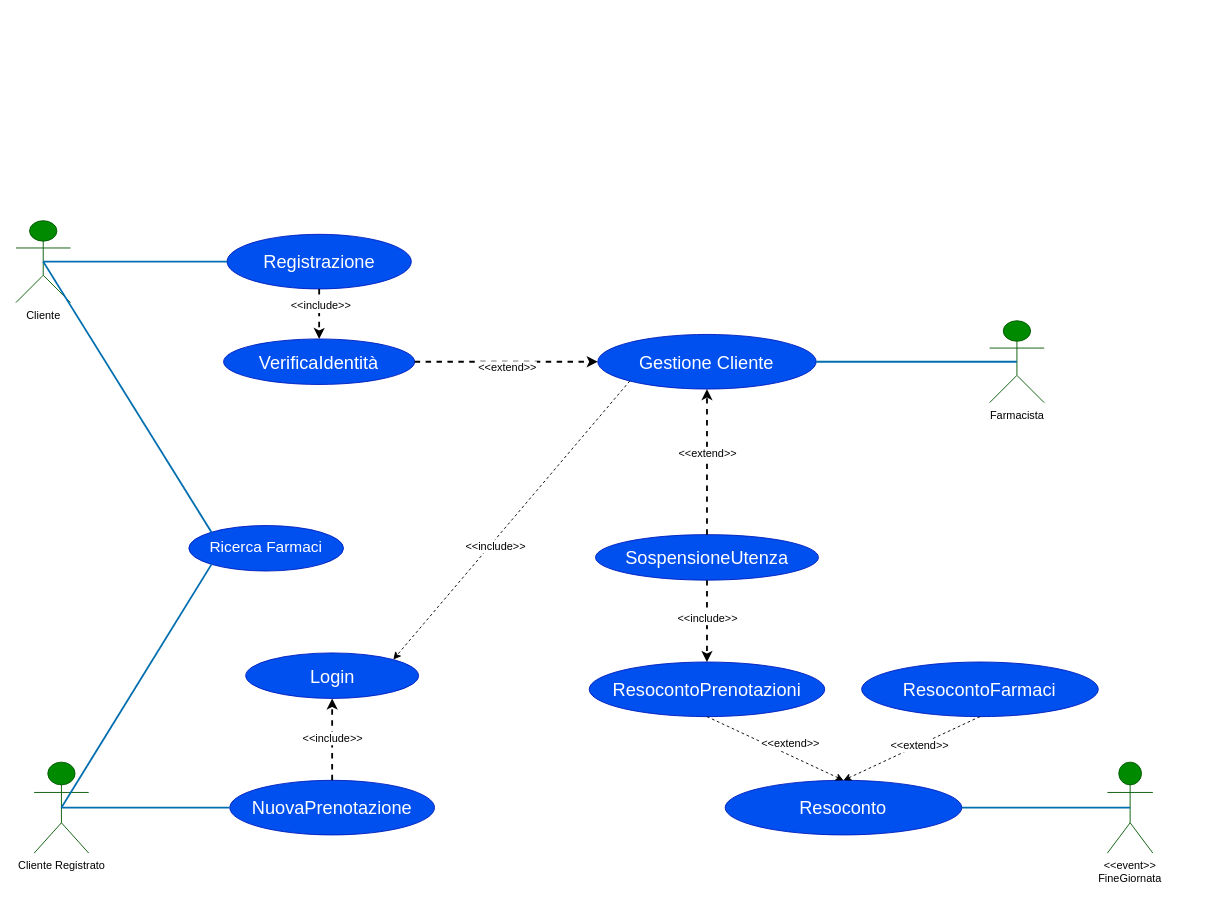
The draw.io diagram CasiUso.drawio in lnwor/farmabyte-doc, before the edit. Source tidied: cells renumbered, new cells numbered last; positions are measured from the earlier drawing's top-left corner, leaving out a move shared by most shapes. Both pictures are drawn from the tidied source at 91%, with x=0, y=0 at pixel (15, 220).
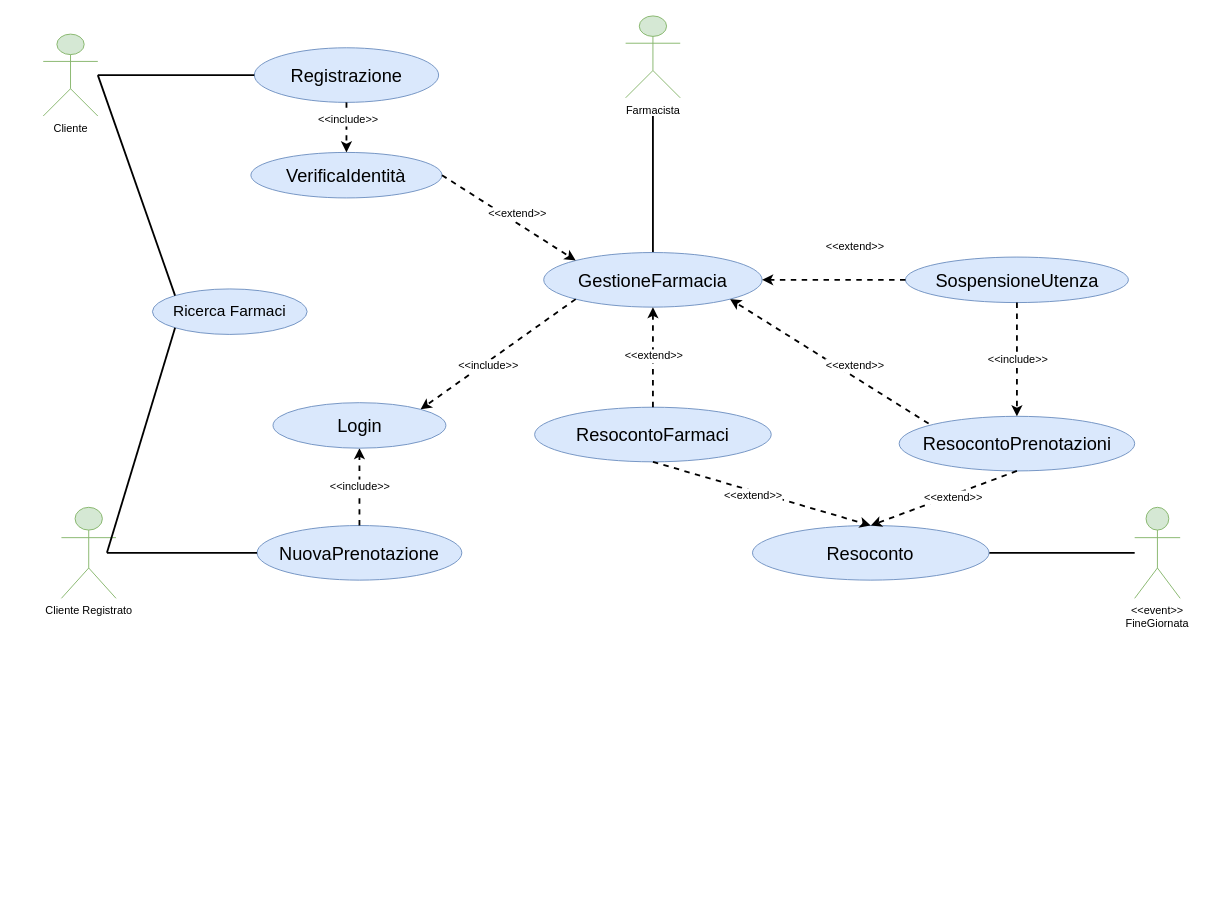
Above is the later version.

Commit message (it also covers changes not shown here):
Modifica Schema

Unchanged cells that the change refers to:
```xml
<mxCell id="8" style="endArrow=classic;html=1;shadow=0;strokeColor=#000000;strokeWidth=2;fontSize=13;dashed=1;exitX=0.5;exitY=0;exitDx=0;exitDy=0;entryX=0.5;entryY=1;entryDx=0;entryDy=0;" parent="1" edge="1" source="7" target="10">
  <mxGeometry relative="1" as="geometry" />
</mxCell>
<mxCell id="12" style="endArrow=classic;html=1;shadow=0;dashed=1;strokeColor=#000000;strokeWidth=2;fontSize=20;fontColor=#000000;exitX=0.5;exitY=1;exitDx=0;exitDy=0;entryX=0.5;entryY=0;entryDx=0;entryDy=0;" parent="1" edge="1" source="2" target="11">
  <mxGeometry relative="1" as="geometry" />
</mxCell>
<mxCell id="28" style="endArrow=classic;html=1;shadow=0;strokeColor=#000000;strokeWidth=2;fontSize=20;fontColor=#000000;exitX=0.5;exitY=0;exitDx=0;exitDy=0;entryX=0.5;entryY=0;entryDx=0;entryDy=0;dashed=1;" parent="1" edge="1" source="22" target="26">
  <mxGeometry relative="1" as="geometry" />
</mxCell>
```

Change to the diagram source:
```diff
@@
+    <mxCell id="38" style="endArrow=none;html=1;shadow=0;strokeWidth=2;fontSize=17;fontColor=#000000;exitX=0.5;exitY=0;exitDx=0;exitDy=0;fillColor=#1ba1e2;" parent="1" edge="1" source="39">
+      <mxGeometry relative="1" as="geometry">
+        <mxPoint x="700" y="-115" as="targetPoint" />
+      </mxGeometry>
+    </mxCell>
-    <mxCell id="2" value="&lt;font style=&quot;font-size: 20px&quot;&gt;Registrazione&lt;/font&gt;" style="ellipse;whiteSpace=wrap;html=1;fillColor=#0050ef;strokeColor=#001DBC;labelBackgroundColor=none;fontColor=#ffffff;" parent="1" vertex="1">
-      <mxGeometry x="232" y="15" width="202.5" height="60" as="geometry" />
+    <mxCell id="2" value="&lt;font style=&quot;font-size: 20px&quot;&gt;Registrazione&lt;/font&gt;" style="ellipse;whiteSpace=wrap;html=1;fillColor=#dae8fc;strokeColor=#6c8ebf;labelBackgroundColor=none;" parent="1" vertex="1">
+      <mxGeometry x="262" y="-190" width="202.5" height="60" as="geometry" />
     </mxCell>
-    <mxCell id="3" value="Farmacista" style="shape=umlActor;verticalLabelPosition=bottom;verticalAlign=top;html=1;outlineConnect=0;labelBackgroundColor=none;fillColor=#008a00;strokeColor=#005700;" parent="1" vertex="1">
-      <mxGeometry x="1070" y="110" width="60" height="90" as="geometry" />
-    </mxCell>
-    <mxCell id="4" value="Cliente" style="shape=umlActor;verticalLabelPosition=bottom;verticalAlign=top;html=1;outlineConnect=0;labelBackgroundColor=none;fillColor=#008a00;strokeColor=#005700;" parent="1" vertex="1">
-      <mxGeometry width="60" height="90" as="geometry" />
+    <mxCell id="4" value="Cliente" style="shape=umlActor;verticalLabelPosition=bottom;verticalAlign=top;html=1;outlineConnect=0;labelBackgroundColor=none;fillColor=#d5e8d4;strokeColor=#82b366;" parent="1" vertex="1">
+      <mxGeometry x="30" y="-205" width="60" height="90" as="geometry" />
     </mxCell>
-    <mxCell id="5" value="&lt;div&gt;Cliente Registrato&lt;/div&gt;" style="shape=umlActor;verticalLabelPosition=bottom;verticalAlign=top;html=1;outlineConnect=0;labelBackgroundColor=none;fillColor=#008a00;strokeColor=#005700;" parent="1" vertex="1">
-      <mxGeometry x="20" y="595" width="60" height="100" as="geometry" />
+    <mxCell id="5" value="&lt;div&gt;Cliente Registrato&lt;/div&gt;" style="shape=umlActor;verticalLabelPosition=bottom;verticalAlign=top;html=1;outlineConnect=0;labelBackgroundColor=none;fillColor=#d5e8d4;strokeColor=#82b366;" parent="1" vertex="1">
+      <mxGeometry x="50" y="315" width="60" height="100" as="geometry" />
     </mxCell>
-    <mxCell id="6" value="Gestione Cliente" style="ellipse;whiteSpace=wrap;html=1;labelBackgroundColor=none;fillColor=#0050ef;strokeColor=#001DBC;fontColor=#FFFFFF;fontSize=20;" parent="1" vertex="1">
-      <mxGeometry x="639.4" y="125" width="240" height="60" as="geometry" />
-    </mxCell>
+    <mxCell id="39" value="GestioneFarmacia" style="ellipse;whiteSpace=wrap;html=1;labelBackgroundColor=none;fillColor=#dae8fc;strokeColor=#6c8ebf;fontSize=20;" parent="1" vertex="1">
+      <mxGeometry x="580" y="35" width="240" height="60" as="geometry" />
+    </mxCell>
-    <mxCell id="7" value="NuovaPrenotazione" style="ellipse;whiteSpace=wrap;html=1;labelBackgroundColor=none;fontSize=20;fontColor=#ffffff;fillColor=#0050ef;strokeColor=#001DBC;" parent="1" vertex="1">
-      <mxGeometry x="235" y="615" width="225" height="60" as="geometry" />
+    <mxCell id="7" value="NuovaPrenotazione" style="ellipse;whiteSpace=wrap;html=1;labelBackgroundColor=none;fontSize=20;fillColor=#dae8fc;strokeColor=#6c8ebf;" parent="1" vertex="1">
+      <mxGeometry x="265" y="335" width="225" height="60" as="geometry" />
     </mxCell>
@@
-    <mxCell id="9" value="&amp;lt;&amp;lt;include&amp;gt;&amp;gt;" style="edgeLabel;html=1;align=center;verticalAlign=middle;fontSize=12;fontColor=#000000;" parent="8" vertex="1">
-      <mxGeometry x="0.33" y="-1" relative="1" as="geometry">
-        <mxPoint x="-1" y="13" as="offset" />
-      </mxGeometry>
-    </mxCell>
+    <mxCell id="40" value="&amp;lt;&amp;lt;include&amp;gt;&amp;gt;" style="edgeLabel;html=1;align=center;verticalAlign=middle;fontSize=12;fontColor=#000000;" parent="8" vertex="1">
+      <mxGeometry x="0.33" y="-1" relative="1" as="geometry">
+        <mxPoint x="-1" y="13" as="offset" />
+      </mxGeometry>
+    </mxCell>
-    <mxCell id="10" value="&lt;div&gt;Login&lt;/div&gt;" style="ellipse;whiteSpace=wrap;html=1;labelBackgroundColor=none;fontSize=20;fontColor=#ffffff;fillColor=#0050ef;strokeColor=#001DBC;" parent="1" vertex="1">
-      <mxGeometry x="252.5" y="475" width="190" height="50" as="geometry" />
+    <mxCell id="10" value="&lt;div&gt;Login&lt;/div&gt;" style="ellipse;whiteSpace=wrap;html=1;labelBackgroundColor=none;fontSize=20;fillColor=#dae8fc;strokeColor=#6c8ebf;" parent="1" vertex="1">
+      <mxGeometry x="282.5" y="200" width="190" height="50" as="geometry" />
     </mxCell>
-    <mxCell id="11" value="VerificaIdentità" style="ellipse;whiteSpace=wrap;html=1;labelBackgroundColor=none;fontSize=20;fontColor=#ffffff;fillColor=#0050ef;strokeColor=#001DBC;" parent="1" vertex="1">
-      <mxGeometry x="228.2" y="130" width="210" height="50" as="geometry" />
+    <mxCell id="11" value="VerificaIdentità" style="ellipse;whiteSpace=wrap;html=1;labelBackgroundColor=none;fontSize=20;fillColor=#dae8fc;strokeColor=#6c8ebf;" parent="1" vertex="1">
+      <mxGeometry x="258.2" y="-75" width="210" height="50" as="geometry" />
     </mxCell>
@@
-    <mxCell id="13" value="&amp;lt;&amp;lt;include&amp;gt;&amp;gt;" style="edgeLabel;html=1;align=center;verticalAlign=middle;fontSize=12;fontColor=#000000;" parent="12" vertex="1">
-      <mxGeometry x="0.28" y="1" relative="1" as="geometry">
-        <mxPoint y="-17" as="offset" />
-      </mxGeometry>
-    </mxCell>
-    <mxCell id="14" style="endArrow=classic;html=1;shadow=0;dashed=1;strokeColor=#000000;strokeWidth=2;fontSize=12;fontColor=#000000;exitX=1;exitY=0.5;exitDx=0;exitDy=0;entryX=0;entryY=0.5;entryDx=0;entryDy=0;" parent="1" edge="1" source="11" target="6">
-      <mxGeometry relative="1" as="geometry" />
-    </mxCell>
-    <mxCell id="15" value="&amp;lt;&amp;lt;extend&amp;gt;&amp;gt;" style="edgeLabel;html=1;align=center;verticalAlign=middle;fontSize=12;fontColor=#000000;" parent="14" vertex="1">
-      <mxGeometry x="-0.24" y="3" relative="1" as="geometry">
-        <mxPoint x="25.1" y="9.2" as="offset" />
-      </mxGeometry>
-    </mxCell>
+    <mxCell id="41" value="&amp;lt;&amp;lt;include&amp;gt;&amp;gt;" style="edgeLabel;html=1;align=center;verticalAlign=middle;fontSize=12;fontColor=#000000;" parent="12" vertex="1">
+      <mxGeometry x="0.28" y="1" relative="1" as="geometry">
+        <mxPoint y="-17" as="offset" />
+      </mxGeometry>
+    </mxCell>
+    <mxCell id="42" style="endArrow=classic;html=1;shadow=0;dashed=1;strokeColor=#000000;strokeWidth=2;fontSize=12;fontColor=#000000;exitX=1;exitY=0.5;exitDx=0;exitDy=0;entryX=0;entryY=0;entryDx=0;entryDy=0;" parent="1" edge="1" source="11" target="39">
+      <mxGeometry relative="1" as="geometry" />
+    </mxCell>
+    <mxCell id="43" value="&amp;lt;&amp;lt;extend&amp;gt;&amp;gt;" style="edgeLabel;html=1;align=center;verticalAlign=middle;fontSize=12;fontColor=#000000;" parent="42" vertex="1">
+      <mxGeometry x="-0.24" y="3" relative="1" as="geometry">
+        <mxPoint x="25.1" y="9.2" as="offset" />
+      </mxGeometry>
+    </mxCell>
-    <mxCell id="16" value="Ricerca Farmaci" style="ellipse;whiteSpace=wrap;html=1;labelBackgroundColor=none;fontSize=17;fontColor=#ffffff;fillColor=#0050ef;strokeColor=#001DBC;" parent="1" vertex="1">
-      <mxGeometry x="190" y="335" width="170" height="50" as="geometry" />
+    <mxCell id="16" value="Ricerca Farmaci" style="ellipse;whiteSpace=wrap;html=1;labelBackgroundColor=none;fontSize=17;fillColor=#dae8fc;strokeColor=#6c8ebf;" parent="1" vertex="1">
+      <mxGeometry x="150" y="75" width="170" height="50" as="geometry" />
     </mxCell>
-    <mxCell id="17" style="endArrow=none;html=1;shadow=0;strokeColor=#006EAF;strokeWidth=2;fontSize=17;fontColor=#000000;exitX=0.5;exitY=0.5;exitDx=0;exitDy=0;exitPerimeter=0;entryX=0;entryY=1;entryDx=0;entryDy=0;fillColor=#1ba1e2;" parent="1" edge="1" source="5" target="16">
-      <mxGeometry relative="1" as="geometry" />
-    </mxCell>
-    <mxCell id="18" style="endArrow=none;html=1;shadow=0;strokeColor=#006EAF;strokeWidth=2;fontSize=17;fontColor=#000000;exitX=0.5;exitY=0.5;exitDx=0;exitDy=0;exitPerimeter=0;entryX=0;entryY=0.5;entryDx=0;entryDy=0;fillColor=#1ba1e2;" parent="1" edge="1" source="5" target="7">
-      <mxGeometry relative="1" as="geometry" />
-    </mxCell>
-    <mxCell id="19" style="endArrow=none;html=1;shadow=0;strokeColor=#006EAF;strokeWidth=2;fontSize=17;fontColor=#000000;entryX=0.5;entryY=0.5;entryDx=0;entryDy=0;entryPerimeter=0;exitX=0;exitY=0;exitDx=0;exitDy=0;fillColor=#1ba1e2;" parent="1" edge="1" source="16" target="4">
-      <mxGeometry relative="1" as="geometry" />
-    </mxCell>
+    <mxCell id="44" style="endArrow=none;html=1;shadow=0;strokeWidth=2;fontSize=17;fontColor=#000000;entryX=0;entryY=1;entryDx=0;entryDy=0;fillColor=#1ba1e2;" parent="1" edge="1" target="16">
+      <mxGeometry relative="1" as="geometry">
+        <mxPoint x="100" y="365" as="sourcePoint" />
+      </mxGeometry>
+    </mxCell>
+    <mxCell id="45" style="endArrow=none;html=1;shadow=0;strokeWidth=2;fontSize=17;fontColor=#000000;entryX=0;entryY=0.5;entryDx=0;entryDy=0;fillColor=#1ba1e2;" parent="1" edge="1" target="7">
+      <mxGeometry relative="1" as="geometry">
+        <mxPoint x="100" y="365" as="sourcePoint" />
+      </mxGeometry>
+    </mxCell>
+    <mxCell id="46" style="endArrow=none;html=1;shadow=0;strokeWidth=2;fontSize=17;fontColor=#000000;exitX=0;exitY=0;exitDx=0;exitDy=0;fillColor=#1ba1e2;" parent="1" edge="1" source="16">
+      <mxGeometry relative="1" as="geometry">
+        <mxPoint x="90" y="-160" as="targetPoint" />
+      </mxGeometry>
+    </mxCell>
-    <mxCell id="20" style="endArrow=none;html=1;shadow=0;strokeColor=#006EAF;strokeWidth=2;fontSize=17;fontColor=#000000;exitX=0.5;exitY=0.5;exitDx=0;exitDy=0;exitPerimeter=0;entryX=0;entryY=0.5;entryDx=0;entryDy=0;fillColor=#1ba1e2;" parent="1" edge="1" source="4" target="2">
+    <mxCell id="20" style="endArrow=none;html=1;shadow=0;strokeWidth=2;fontSize=17;fontColor=#000000;entryX=0;entryY=0.5;entryDx=0;entryDy=0;fillColor=#1ba1e2;" parent="1" edge="1" source="4" target="2">
       <mxGeometry relative="1" as="geometry" />
     </mxCell>
-    <mxCell id="21" style="endArrow=none;html=1;shadow=0;strokeColor=#006EAF;strokeWidth=2;fontSize=17;fontColor=#000000;exitX=1;exitY=0.5;exitDx=0;exitDy=0;fillColor=#1ba1e2;entryX=0.5;entryY=0.5;entryDx=0;entryDy=0;entryPerimeter=0;" parent="1" edge="1" source="6" target="3">
-      <mxGeometry relative="1" as="geometry" />
-    </mxCell>
-    <mxCell id="22" value="SospensioneUtenza" style="ellipse;whiteSpace=wrap;html=1;labelBackgroundColor=none;fontSize=20;fontColor=#ffffff;fillColor=#0050ef;strokeColor=#001DBC;direction=west;" parent="1" vertex="1">
-      <mxGeometry x="636.9" y="345" width="245" height="50" as="geometry" />
+    <mxCell id="22" value="SospensioneUtenza" style="ellipse;whiteSpace=wrap;html=1;labelBackgroundColor=none;fontSize=20;fillColor=#dae8fc;strokeColor=#6c8ebf;direction=west;" parent="1" vertex="1">
+      <mxGeometry x="977.5" y="40" width="245" height="50" as="geometry" />
     </mxCell>
-    <mxCell id="23" style="endArrow=classic;html=1;shadow=0;strokeColor=#000000;strokeWidth=2;fontSize=13;fontColor=#000000;exitX=0.5;exitY=1;exitDx=0;exitDy=0;entryX=0.5;entryY=1;entryDx=0;entryDy=0;dashed=1;" parent="1" edge="1" source="22" target="6">
-      <mxGeometry relative="1" as="geometry" />
-    </mxCell>
-    <mxCell id="24" value="&amp;lt;&amp;lt;extend&amp;gt;&amp;gt;" style="edgeLabel;html=1;align=center;verticalAlign=middle;fontSize=12;fontColor=#000000;" parent="23" vertex="1">
-      <mxGeometry x="-0.31" y="-2" relative="1" as="geometry">
-        <mxPoint x="-2" y="-34.7" as="offset" />
-      </mxGeometry>
-    </mxCell>
+    <mxCell id="47" style="endArrow=classic;html=1;shadow=0;strokeColor=#000000;strokeWidth=2;fontSize=13;fontColor=#000000;entryX=1;entryY=0.5;entryDx=0;entryDy=0;dashed=1;" parent="1" edge="1" source="22" target="39">
+      <mxGeometry relative="1" as="geometry" />
+    </mxCell>
+    <mxCell id="48" value="&amp;lt;&amp;lt;extend&amp;gt;&amp;gt;" style="edgeLabel;html=1;align=center;verticalAlign=middle;fontSize=12;fontColor=#000000;" parent="47" vertex="1">
+      <mxGeometry x="-0.31" y="-2" relative="1" as="geometry">
+        <mxPoint x="-2" y="-34.7" as="offset" />
+      </mxGeometry>
+    </mxCell>
-    <mxCell id="25" value="&lt;div&gt;&amp;lt;&amp;lt;event&amp;gt;&amp;gt;&lt;/div&gt;&lt;div&gt;FineGiornata&lt;br&gt;&lt;/div&gt;" style="shape=umlActor;verticalLabelPosition=bottom;verticalAlign=top;html=1;outlineConnect=0;labelBackgroundColor=none;fontSize=12;fillColor=#008a00;strokeColor=#005700;" parent="1" vertex="1">
-      <mxGeometry x="1199.4" y="595" width="50" height="100" as="geometry" />
+    <mxCell id="25" value="&lt;div&gt;&amp;lt;&amp;lt;event&amp;gt;&amp;gt;&lt;/div&gt;&lt;div&gt;FineGiornata&lt;br&gt;&lt;/div&gt;" style="shape=umlActor;verticalLabelPosition=bottom;verticalAlign=top;html=1;outlineConnect=0;labelBackgroundColor=none;fontSize=12;fillColor=#d5e8d4;strokeColor=#82b366;" parent="1" vertex="1">
+      <mxGeometry x="1229.4" y="315" width="50" height="100" as="geometry" />
     </mxCell>
-    <mxCell id="26" value="ResocontoPrenotazioni" style="ellipse;whiteSpace=wrap;html=1;labelBackgroundColor=none;fontSize=20;fontColor=#ffffff;fillColor=#0050ef;strokeColor=#001DBC;" parent="1" vertex="1">
-      <mxGeometry x="630" y="485" width="258.8" height="60" as="geometry" />
+    <mxCell id="26" value="ResocontoPrenotazioni" style="ellipse;whiteSpace=wrap;html=1;labelBackgroundColor=none;fontSize=20;fillColor=#dae8fc;strokeColor=#6c8ebf;" parent="1" vertex="1">
+      <mxGeometry x="970.6" y="215" width="258.8" height="60" as="geometry" />
     </mxCell>
-    <mxCell id="27" style="endArrow=none;html=1;shadow=0;strokeColor=#006EAF;strokeWidth=2;fontSize=20;fontColor=#000000;entryX=0.5;entryY=0.5;entryDx=0;entryDy=0;entryPerimeter=0;exitX=1;exitY=0.5;exitDx=0;exitDy=0;fillColor=#1ba1e2;" parent="1" edge="1" source="30" target="25">
+    <mxCell id="27" style="endArrow=none;html=1;shadow=0;strokeWidth=2;fontSize=20;fontColor=#000000;exitX=1;exitY=0.5;exitDx=0;exitDy=0;fillColor=#1ba1e2;" parent="1" edge="1" source="30" target="25">
       <mxGeometry relative="1" as="geometry" />
     </mxCell>
@@
-    <mxCell id="29" value="&amp;lt;&amp;lt;include&amp;gt;&amp;gt;" style="edgeLabel;html=1;align=center;verticalAlign=middle;fontSize=12;fontColor=#000000;" parent="28" vertex="1">
-      <mxGeometry x="0.2" y="-1" relative="1" as="geometry">
-        <mxPoint x="1" y="-12.3" as="offset" />
-      </mxGeometry>
-    </mxCell>
+    <mxCell id="49" value="&amp;lt;&amp;lt;include&amp;gt;&amp;gt;" style="edgeLabel;html=1;align=center;verticalAlign=middle;fontSize=12;fontColor=#000000;" parent="28" vertex="1">
+      <mxGeometry x="0.2" y="-1" relative="1" as="geometry">
+        <mxPoint x="1" y="-12.3" as="offset" />
+      </mxGeometry>
+    </mxCell>
-    <mxCell id="30" value="Resoconto" style="ellipse;whiteSpace=wrap;html=1;fillColor=#0050ef;strokeColor=#001DBC;fontColor=#ffffff;fontSize=20;" parent="1" vertex="1">
-      <mxGeometry x="779.4" y="615" width="260" height="60" as="geometry" />
+    <mxCell id="30" value="Resoconto" style="ellipse;whiteSpace=wrap;html=1;fillColor=#dae8fc;strokeColor=#6c8ebf;fontSize=20;" parent="1" vertex="1">
+      <mxGeometry x="809.4" y="335" width="260" height="60" as="geometry" />
     </mxCell>
-    <mxCell id="31" style="endArrow=classic;html=1;fontSize=20;exitX=0.5;exitY=1;exitDx=0;exitDy=0;entryX=0.5;entryY=0;entryDx=0;entryDy=0;dashed=1;" parent="1" edge="1" source="26" target="30">
+    <mxCell id="31" style="endArrow=classic;html=1;fontSize=20;exitX=0.5;exitY=1;exitDx=0;exitDy=0;entryX=0.5;entryY=0;entryDx=0;entryDy=0;dashed=1;strokeWidth=2;" parent="1" edge="1" source="26" target="30">
       <mxGeometry relative="1" as="geometry" />
     </mxCell>
-    <mxCell id="32" value="&amp;lt;&amp;lt;extend&amp;gt;&amp;gt;" style="edgeLabel;html=1;align=center;verticalAlign=middle;fontSize=12;" parent="31" vertex="1">
-      <mxGeometry x="0.23" y="3" relative="1" as="geometry">
-        <mxPoint x="-3" y="-11.2" as="offset" />
-      </mxGeometry>
-    </mxCell>
+    <mxCell id="50" value="&amp;lt;&amp;lt;extend&amp;gt;&amp;gt;" style="edgeLabel;html=1;align=center;verticalAlign=middle;fontSize=12;" parent="31" vertex="1">
+      <mxGeometry x="0.23" y="3" relative="1" as="geometry">
+        <mxPoint x="27.3" y="-11.2" as="offset" />
+      </mxGeometry>
+    </mxCell>
-    <mxCell id="33" value="ResocontoFarmaci" style="ellipse;whiteSpace=wrap;html=1;fontSize=20;fillColor=#0050ef;strokeColor=#001DBC;fontColor=#ffffff;" parent="1" vertex="1">
-      <mxGeometry x="929.4" y="485" width="260" height="60" as="geometry" />
+    <mxCell id="33" value="ResocontoFarmaci" style="ellipse;whiteSpace=wrap;html=1;fontSize=20;fillColor=#dae8fc;strokeColor=#6c8ebf;" parent="1" vertex="1">
+      <mxGeometry x="570" y="205" width="260" height="60" as="geometry" />
     </mxCell>
-    <mxCell id="34" style="endArrow=classic;html=1;dashed=1;fontSize=20;exitX=0.5;exitY=1;exitDx=0;exitDy=0;entryX=0.5;entryY=0;entryDx=0;entryDy=0;" parent="1" edge="1" source="33" target="30">
+    <mxCell id="34" style="endArrow=classic;html=1;dashed=1;fontSize=20;exitX=0.5;exitY=1;exitDx=0;exitDy=0;entryX=0.5;entryY=0;entryDx=0;entryDy=0;strokeWidth=2;" parent="1" edge="1" source="33" target="30">
       <mxGeometry relative="1" as="geometry" />
     </mxCell>
-    <mxCell id="35" value="&amp;lt;&amp;lt;extend&amp;gt;&amp;gt;" style="edgeLabel;html=1;align=center;verticalAlign=middle;fontSize=12;" parent="34" vertex="1">
-      <mxGeometry x="0.22" y="2" relative="1" as="geometry">
-        <mxPoint x="24.1" y="-12.6" as="offset" />
-      </mxGeometry>
-    </mxCell>
-    <mxCell id="36" style="endArrow=classic;html=1;dashed=1;fontSize=12;exitX=0;exitY=1;exitDx=0;exitDy=0;entryX=1;entryY=0;entryDx=0;entryDy=0;" parent="1" edge="1" source="6" target="10">
-      <mxGeometry relative="1" as="geometry" />
-    </mxCell>
+    <mxCell id="51" value="&amp;lt;&amp;lt;extend&amp;gt;&amp;gt;" style="edgeLabel;html=1;align=center;verticalAlign=middle;fontSize=12;" parent="34" vertex="1">
+      <mxGeometry x="0.22" y="2" relative="1" as="geometry">
+        <mxPoint x="-36.6" y="-4.5" as="offset" />
+      </mxGeometry>
+    </mxCell>
+    <mxCell id="52" style="endArrow=classic;html=1;dashed=1;fontSize=12;exitX=0;exitY=1;exitDx=0;exitDy=0;entryX=1;entryY=0;entryDx=0;entryDy=0;strokeWidth=2;" parent="1" edge="1" source="39" target="10">
+      <mxGeometry relative="1" as="geometry" />
+    </mxCell>
-    <mxCell id="37" value="&amp;lt;&amp;lt;include&amp;gt;&amp;gt;" style="edgeLabel;html=1;align=center;verticalAlign=middle;fontSize=12;" parent="36" vertex="1">
+    <mxCell id="37" value="&amp;lt;&amp;lt;include&amp;gt;&amp;gt;" style="edgeLabel;html=1;align=center;verticalAlign=middle;fontSize=12;" parent="52" vertex="1">
       <mxGeometry x="0.17" y="5" relative="1" as="geometry">
         <mxPoint y="-1" as="offset" />
       </mxGeometry>
     </mxCell>
+    <mxCell id="53" style="endArrow=classic;html=1;shadow=0;dashed=1;strokeColor=#000000;strokeWidth=2;fontSize=12;fontColor=#000000;exitX=0.5;exitY=0;exitDx=0;exitDy=0;entryX=0.5;entryY=1;entryDx=0;entryDy=0;" parent="1" edge="1" source="33" target="39">
+      <mxGeometry relative="1" as="geometry" />
+    </mxCell>
+    <mxCell id="54" value="&amp;lt;&amp;lt;extend&amp;gt;&amp;gt;" style="edgeLabel;html=1;align=center;verticalAlign=middle;fontSize=12;fontColor=#000000;" parent="53" vertex="1">
+      <mxGeometry x="-0.24" y="3" relative="1" as="geometry">
+        <mxPoint x="3" y="-15" as="offset" />
+      </mxGeometry>
+    </mxCell>
+    <mxCell id="3" value="Farmacista" style="shape=umlActor;verticalLabelPosition=bottom;verticalAlign=top;html=1;outlineConnect=0;labelBackgroundColor=none;fillColor=#d5e8d4;strokeColor=#82b366;" parent="1" vertex="1">
+      <mxGeometry x="670" y="-225" width="60" height="90" as="geometry" />
+    </mxCell>
+    <mxCell id="55" style="endArrow=classic;html=1;shadow=0;dashed=1;strokeColor=#000000;strokeWidth=2;fontSize=12;fontColor=#000000;exitX=0.125;exitY=0.133;exitDx=0;exitDy=0;entryX=1;entryY=1;entryDx=0;entryDy=0;exitPerimeter=0;" parent="1" edge="1" source="26" target="39">
+      <mxGeometry relative="1" as="geometry" />
+    </mxCell>
+    <mxCell id="56" value="&amp;lt;&amp;lt;extend&amp;gt;&amp;gt;" style="edgeLabel;html=1;align=center;verticalAlign=middle;fontSize=12;fontColor=#000000;" parent="55" vertex="1">
+      <mxGeometry x="-0.24" y="3" relative="1" as="geometry">
+        <mxPoint x="3" y="-15" as="offset" />
+      </mxGeometry>
+    </mxCell>
```
